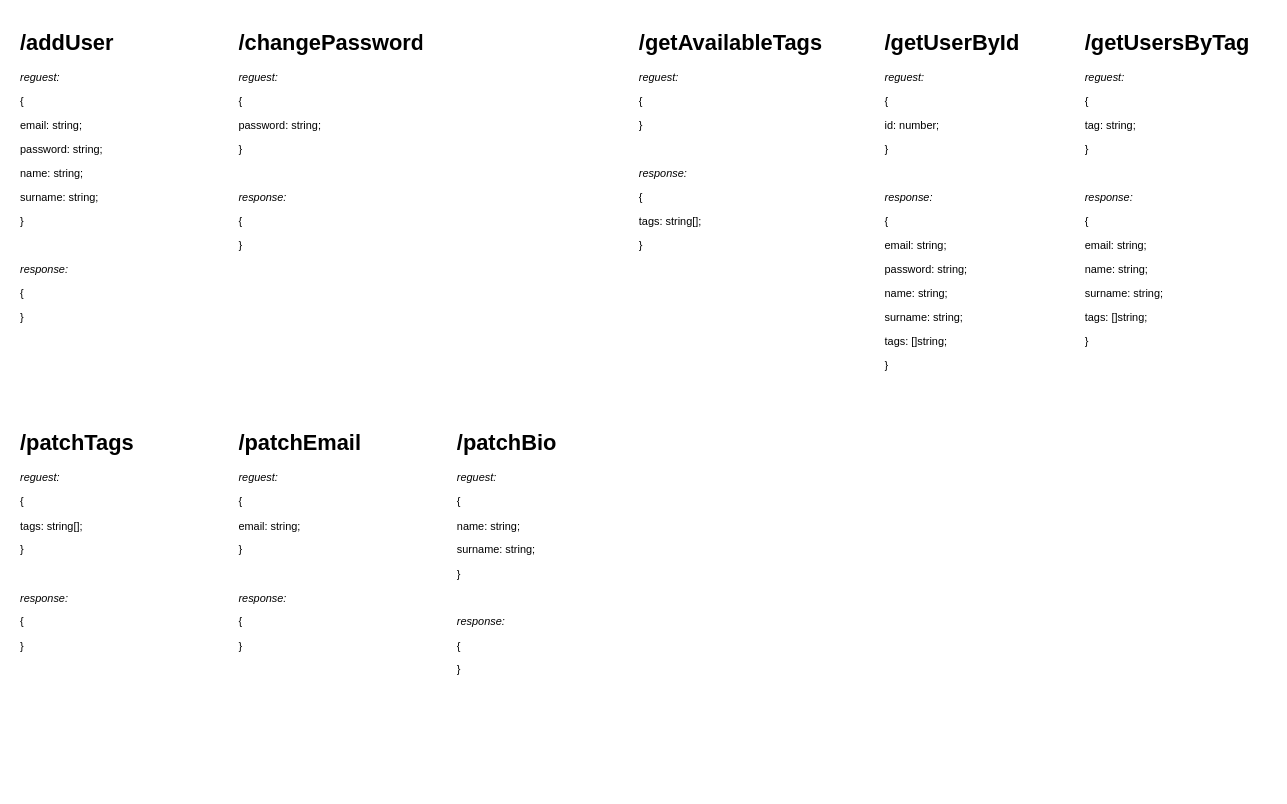
ythosa/habranews keeps this draw.io diagram as page "UserService" (3 of 4) of news-alert-architecture.drawio. Above is the earlier version. Source tidied: cells renumbered, new cells numbered last; positions are measured from the earlier drawing's top-left corner, leaving out a move shared by most shapes. Both pictures are drawn from the tidied source at 91%, with x=0, y=0 at pixel (15, 25).
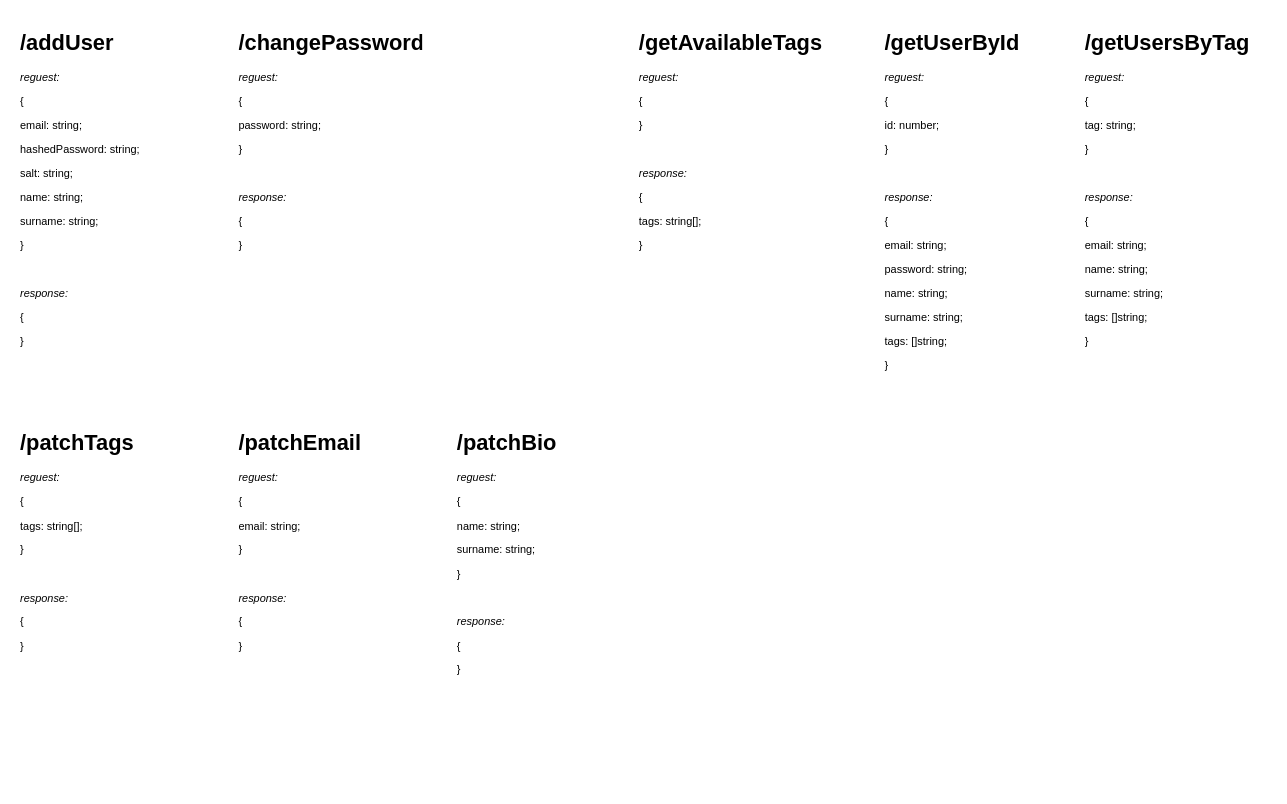
Above is the later version.

Change to the diagram source:
```diff
@@
 <mxGraphModel>
   <root>
     <mxCell id="0" />
     <mxCell id="1" parent="0" />
     <mxCell id="2" value="&lt;h1&gt;/patchTags&lt;/h1&gt;&lt;div&gt;&lt;i&gt;reguest:&lt;/i&gt;&lt;/div&gt;&lt;p&gt;{&amp;nbsp;&lt;/p&gt;&lt;p&gt;tags: string[];&lt;/p&gt;&lt;p&gt;&lt;span&gt;}&lt;/span&gt;&lt;br&gt;&lt;/p&gt;&lt;p&gt;&lt;br&gt;&lt;/p&gt;&lt;p&gt;&lt;i&gt;response:&amp;nbsp;&lt;/i&gt;&lt;/p&gt;&lt;p&gt;{&lt;/p&gt;&lt;p&gt;}&lt;/p&gt;" style="text;html=1;strokeColor=none;fillColor=none;spacing=5;spacingTop=-20;whiteSpace=wrap;overflow=hidden;rounded=0;" parent="1" vertex="1">
       <mxGeometry y="440" width="200" height="400" as="geometry" />
     </mxCell>
     <mxCell id="3" value="&lt;h1&gt;/patchEmail&lt;/h1&gt;&lt;div&gt;&lt;i&gt;reguest:&lt;/i&gt;&lt;br&gt;&lt;/div&gt;&lt;p&gt;{&amp;nbsp;&lt;/p&gt;&lt;p&gt;email: string;&lt;/p&gt;&lt;p&gt;&lt;span&gt;}&lt;/span&gt;&lt;br&gt;&lt;/p&gt;&lt;p&gt;&lt;br&gt;&lt;/p&gt;&lt;p&gt;&lt;i&gt;response:&amp;nbsp;&lt;/i&gt;&lt;/p&gt;&lt;p&gt;{&lt;/p&gt;&lt;p&gt;}&lt;/p&gt;" style="text;html=1;strokeColor=none;fillColor=none;spacing=5;spacingTop=-20;whiteSpace=wrap;overflow=hidden;rounded=0;" parent="1" vertex="1">
       <mxGeometry x="240" y="440" width="200" height="400" as="geometry" />
     </mxCell>
     <mxCell id="4" value="&lt;h1&gt;/patchBio&lt;/h1&gt;&lt;div&gt;&lt;i&gt;reguest:&lt;/i&gt;&lt;br&gt;&lt;/div&gt;&lt;p&gt;{&amp;nbsp;&lt;/p&gt;&lt;p&gt;name: string;&lt;/p&gt;&lt;p&gt;surname: string;&lt;/p&gt;&lt;p&gt;&lt;span&gt;}&lt;/span&gt;&lt;br&gt;&lt;/p&gt;&lt;p&gt;&lt;br&gt;&lt;/p&gt;&lt;p&gt;&lt;i&gt;response:&amp;nbsp;&lt;/i&gt;&lt;/p&gt;&lt;p&gt;{&lt;/p&gt;&lt;p&gt;}&lt;/p&gt;" style="text;html=1;strokeColor=none;fillColor=none;spacing=5;spacingTop=-20;whiteSpace=wrap;overflow=hidden;rounded=0;" parent="1" vertex="1">
       <mxGeometry x="480" y="440" width="200" height="400" as="geometry" />
     </mxCell>
     <mxCell id="5" value="&lt;h1&gt;/changePassword&lt;/h1&gt;&lt;div&gt;&lt;i&gt;reguest:&lt;/i&gt;&lt;br&gt;&lt;/div&gt;&lt;p&gt;{&amp;nbsp;&lt;/p&gt;&lt;p&gt;password: string;&lt;/p&gt;&lt;p&gt;&lt;span&gt;}&lt;/span&gt;&lt;br&gt;&lt;/p&gt;&lt;p&gt;&lt;br&gt;&lt;/p&gt;&lt;p&gt;&lt;i&gt;response:&amp;nbsp;&lt;/i&gt;&lt;/p&gt;&lt;p&gt;{&lt;/p&gt;&lt;p&gt;}&lt;/p&gt;" style="text;html=1;strokeColor=none;fillColor=none;spacing=5;spacingTop=-20;whiteSpace=wrap;overflow=hidden;rounded=0;" parent="1" vertex="1">
       <mxGeometry x="240" width="210" height="400" as="geometry" />
     </mxCell>
-    <mxCell id="6" value="&lt;h1&gt;/addUser&lt;/h1&gt;&lt;div&gt;&lt;i&gt;reguest:&lt;/i&gt;&lt;/div&gt;&lt;p&gt;{&amp;nbsp;&lt;/p&gt;&lt;p&gt;&lt;span&gt;email: string;&lt;/span&gt;&lt;/p&gt;&lt;p&gt;&lt;span&gt;password: string;&lt;/span&gt;&lt;/p&gt;&lt;p&gt;name: string;&lt;/p&gt;&lt;p&gt;surname: string;&lt;/p&gt;&lt;p&gt;&lt;span&gt;}&lt;/span&gt;&lt;br&gt;&lt;/p&gt;&lt;p&gt;&lt;br&gt;&lt;/p&gt;&lt;p&gt;&lt;i&gt;response:&amp;nbsp;&lt;/i&gt;&lt;/p&gt;&lt;p&gt;{&lt;/p&gt;&lt;p&gt;}&lt;/p&gt;" style="text;html=1;strokeColor=none;fillColor=none;spacing=5;spacingTop=-20;whiteSpace=wrap;overflow=hidden;rounded=0;" parent="1" vertex="1">
+    <mxCell id="6" value="&lt;h1&gt;/addUser&lt;/h1&gt;&lt;div&gt;&lt;i&gt;reguest:&lt;/i&gt;&lt;/div&gt;&lt;p&gt;{&amp;nbsp;&lt;/p&gt;&lt;p&gt;&lt;span&gt;email: string;&lt;/span&gt;&lt;/p&gt;&lt;p&gt;&lt;span&gt;hashedPassword: string;&lt;/span&gt;&lt;/p&gt;&lt;p&gt;&lt;span&gt;salt: string;&lt;/span&gt;&lt;/p&gt;&lt;p&gt;name: string;&lt;/p&gt;&lt;p&gt;surname: string;&lt;/p&gt;&lt;p&gt;&lt;span&gt;}&lt;/span&gt;&lt;br&gt;&lt;/p&gt;&lt;p&gt;&lt;br&gt;&lt;/p&gt;&lt;p&gt;&lt;i&gt;response:&amp;nbsp;&lt;/i&gt;&lt;/p&gt;&lt;p&gt;{&lt;/p&gt;&lt;p&gt;}&lt;/p&gt;" style="text;html=1;strokeColor=none;fillColor=none;spacing=5;spacingTop=-20;whiteSpace=wrap;overflow=hidden;rounded=0;" parent="1" vertex="1">
       <mxGeometry width="200" height="400" as="geometry" />
     </mxCell>
     <mxCell id="7" value="&lt;h1&gt;/getAvailableTags&lt;/h1&gt;&lt;div&gt;&lt;i&gt;reguest:&lt;/i&gt;&lt;br&gt;&lt;/div&gt;&lt;p&gt;{&amp;nbsp;&lt;/p&gt;&lt;p&gt;&lt;span&gt;}&lt;/span&gt;&lt;br&gt;&lt;/p&gt;&lt;p&gt;&lt;br&gt;&lt;/p&gt;&lt;p&gt;&lt;i&gt;response:&amp;nbsp;&lt;/i&gt;&lt;/p&gt;&lt;p&gt;{&lt;/p&gt;&lt;p&gt;tags: string[];&lt;/p&gt;&lt;p&gt;}&lt;/p&gt;" style="text;html=1;strokeColor=none;fillColor=none;spacing=5;spacingTop=-20;whiteSpace=wrap;overflow=hidden;rounded=0;" parent="1" vertex="1">
       <mxGeometry x="680" width="210" height="400" as="geometry" />
     </mxCell>
     <mxCell id="8" value="&lt;h1&gt;/getUserById&lt;/h1&gt;&lt;div&gt;&lt;i&gt;reguest:&lt;/i&gt;&lt;br&gt;&lt;/div&gt;&lt;p&gt;{&amp;nbsp;&lt;/p&gt;&lt;p&gt;id: number;&lt;/p&gt;&lt;p&gt;&lt;span&gt;}&lt;/span&gt;&lt;br&gt;&lt;/p&gt;&lt;p&gt;&lt;br&gt;&lt;/p&gt;&lt;p&gt;&lt;i&gt;response:&amp;nbsp;&lt;/i&gt;&lt;/p&gt;&lt;p&gt;{&lt;/p&gt;&lt;p&gt;&lt;span&gt;email: string;&lt;/span&gt;&lt;/p&gt;&lt;p&gt;&lt;span&gt;password: string;&lt;/span&gt;&lt;/p&gt;&lt;p&gt;&lt;span&gt;name: string;&lt;/span&gt;&lt;/p&gt;&lt;p&gt;&lt;span&gt;surname: string;&lt;/span&gt;&lt;/p&gt;&lt;p&gt;&lt;span&gt;tags: []string;&lt;/span&gt;&lt;/p&gt;&lt;p&gt;&lt;span&gt;}&lt;/span&gt;&lt;br&gt;&lt;/p&gt;" style="text;html=1;strokeColor=none;fillColor=none;spacing=5;spacingTop=-20;whiteSpace=wrap;overflow=hidden;rounded=0;" parent="1" vertex="1">
       <mxGeometry x="950" width="210" height="400" as="geometry" />
     </mxCell>
     <mxCell id="9" value="&lt;h1&gt;/getUsersByTag&lt;/h1&gt;&lt;div&gt;&lt;i&gt;reguest:&lt;/i&gt;&lt;br&gt;&lt;/div&gt;&lt;p&gt;{&amp;nbsp;&lt;/p&gt;&lt;p&gt;tag: string;&lt;/p&gt;&lt;p&gt;&lt;span&gt;}&lt;/span&gt;&lt;br&gt;&lt;/p&gt;&lt;p&gt;&lt;br&gt;&lt;/p&gt;&lt;p&gt;&lt;i&gt;response:&amp;nbsp;&lt;/i&gt;&lt;/p&gt;&lt;p&gt;{&lt;/p&gt;&lt;p&gt;&lt;span&gt;email: string;&lt;/span&gt;&lt;/p&gt;&lt;p&gt;&lt;span&gt;name: string;&lt;/span&gt;&lt;br&gt;&lt;/p&gt;&lt;p&gt;&lt;span&gt;surname: string;&lt;/span&gt;&lt;/p&gt;&lt;p&gt;&lt;span&gt;tags: []string;&lt;/span&gt;&lt;/p&gt;&lt;p&gt;&lt;span&gt;}&lt;/span&gt;&lt;br&gt;&lt;/p&gt;" style="text;html=1;strokeColor=none;fillColor=none;spacing=5;spacingTop=-20;whiteSpace=wrap;overflow=hidden;rounded=0;" parent="1" vertex="1">
       <mxGeometry x="1170" width="210" height="400" as="geometry" />
     </mxCell>
   </root>
 </mxGraphModel>
```
